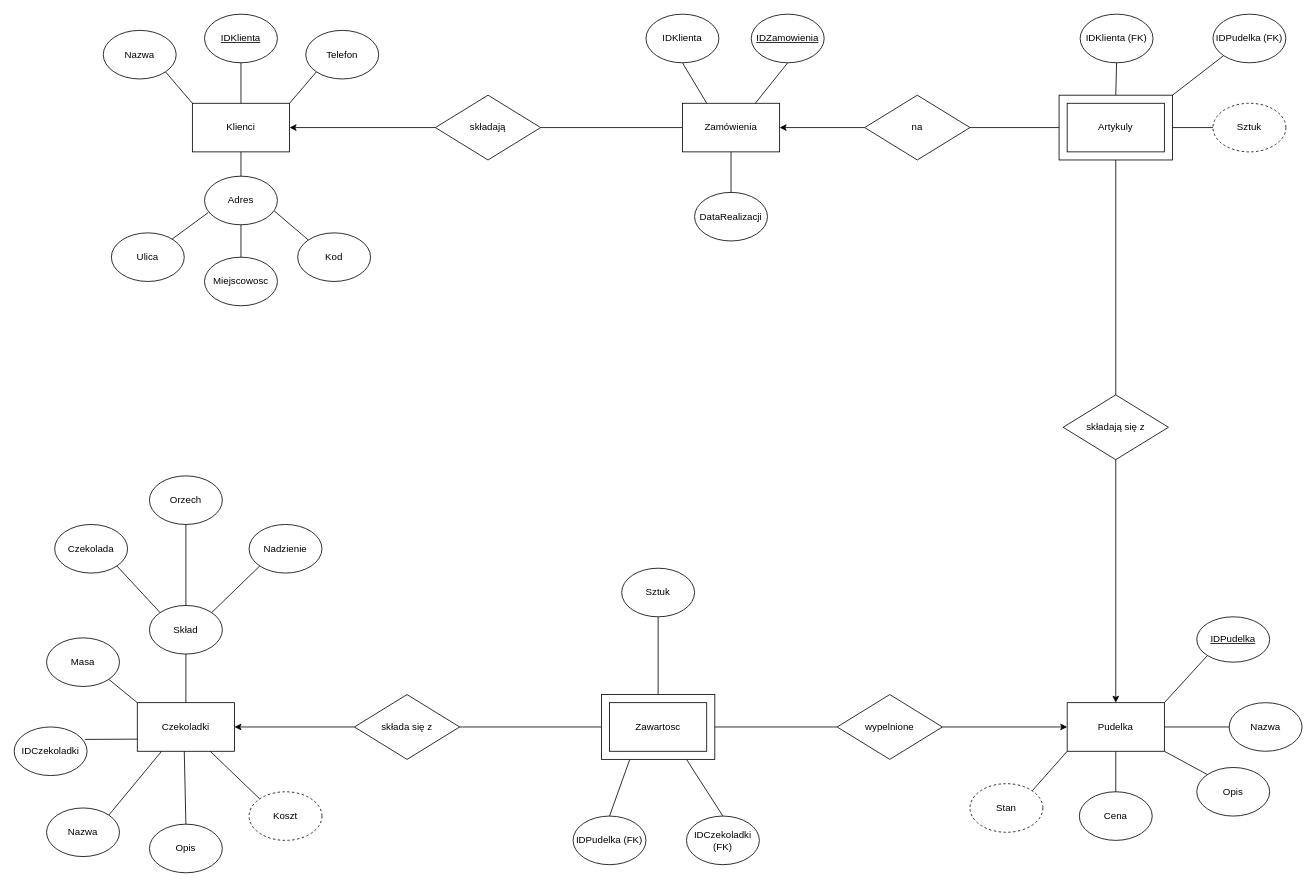
Earlier version of the draw.io diagram cw1_zad4.drawio (jniktw/bazydanychGIN). Source tidied: cells renumbered, new cells numbered last; positions are measured from the earlier drawing's top-left corner, leaving out a move shared by most shapes. Both pictures are drawn from the tidied source at 81%, with x=0, y=0 at pixel (14, 14).
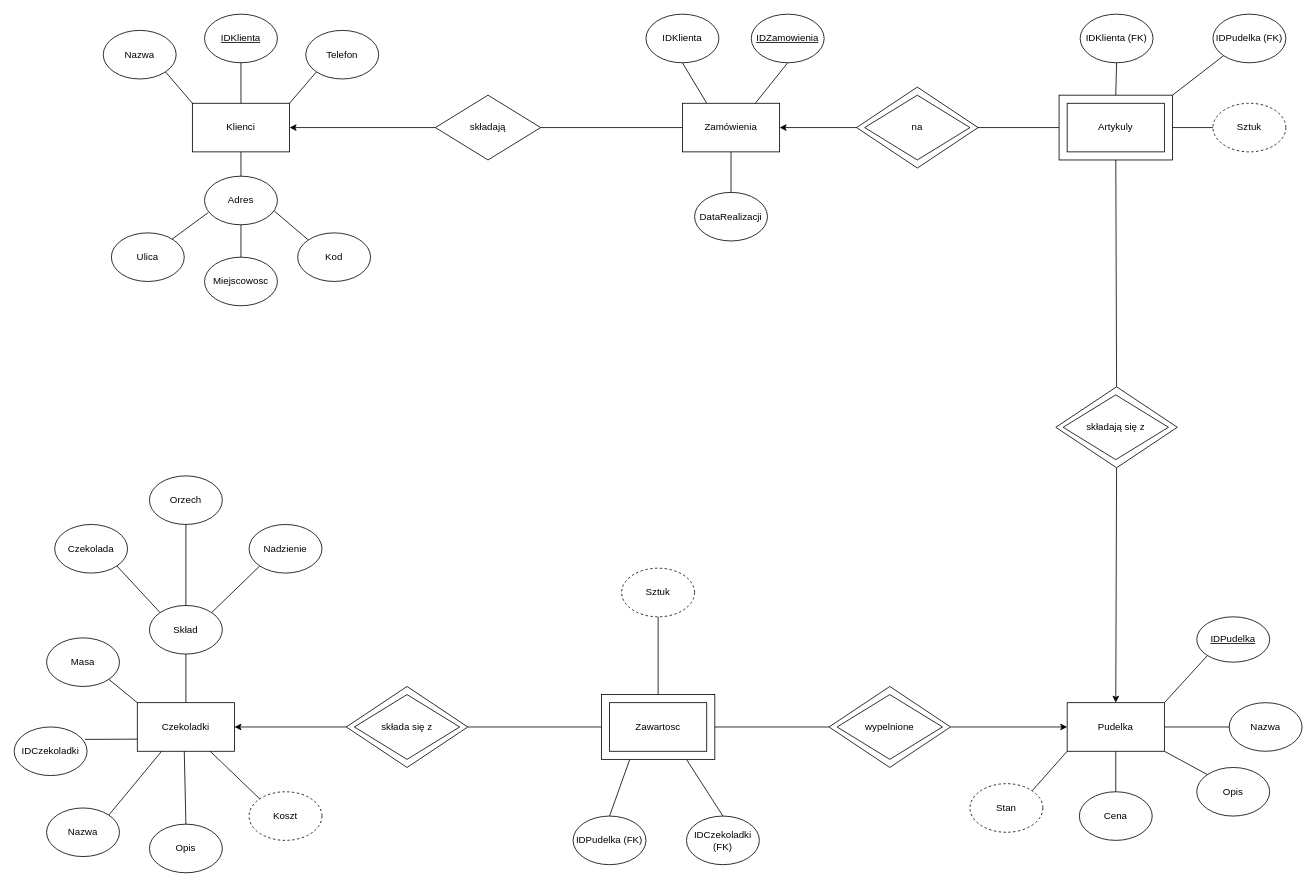
Above is the later version.

The change refers to these unchanged cells:
```xml
<mxCell id="51" value="Czekoladki" style="rounded=0;whiteSpace=wrap;html=1;" parent="1" vertex="1">
  <mxGeometry x="152" y="850" width="120" height="60" as="geometry" />
</mxCell>
<mxCell id="80" value="Pudelka" style="rounded=0;whiteSpace=wrap;html=1;" parent="1" vertex="1">
  <mxGeometry x="1300" y="850" width="120" height="60" as="geometry" />
</mxCell>
<mxCell id="81" value="Artykuly" style="rounded=0;whiteSpace=wrap;html=1;" parent="1" vertex="1">
  <mxGeometry x="1300" y="110" width="120" height="60" as="geometry" />
</mxCell>
<mxCell id="82" style="rounded=0;whiteSpace=wrap;html=1;" parent="1" vertex="1">
  <mxGeometry x="725" y="840" width="140" height="80" as="geometry" />
</mxCell>
```

Change to the diagram source:
```diff
@@
-    <mxCell id="15" value="składa się z" style="rhombus;whiteSpace=wrap;html=1;" parent="1" vertex="1">
-      <mxGeometry x="420" y="840" width="130" height="80" as="geometry" />
-    </mxCell>
-    <mxCell id="16" value="na" style="rhombus;whiteSpace=wrap;html=1;" parent="1" vertex="1">
-      <mxGeometry x="1050" y="100" width="130" height="80" as="geometry" />
-    </mxCell>
-    <mxCell id="17" value="wypelnione" style="rhombus;whiteSpace=wrap;html=1;" parent="1" vertex="1">
-      <mxGeometry x="1016" y="840" width="130" height="80" as="geometry" />
-    </mxCell>
@@
-    <mxCell id="32" value="składają się z" style="rhombus;whiteSpace=wrap;html=1;" parent="1" vertex="1">
-      <mxGeometry x="1295" y="470" width="130" height="80" as="geometry" />
-    </mxCell>
@@
-    <mxCell id="39" style="endArrow=none;html=1;rounded=0;entryX=0.5;entryY=1;entryDx=0;entryDy=0;exitX=0.5;exitY=0;exitDx=0;exitDy=0;" parent="1" edge="1" source="32" target="81">
+    <mxCell id="39" style="endArrow=none;html=1;rounded=0;entryX=0.5;entryY=1;entryDx=0;entryDy=0;exitX=0.5;exitY=0;exitDx=0;exitDy=0;" parent="1" edge="1" source="86" target="81">
       <mxGeometry relative="1" as="geometry" />
     </mxCell>
-    <mxCell id="40" style="endArrow=classic;html=1;rounded=0;entryX=0.5;entryY=0;entryDx=0;entryDy=0;exitX=0.5;exitY=1;exitDx=0;exitDy=0;" parent="1" edge="1" source="32" target="80">
+    <mxCell id="40" style="endArrow=classic;html=1;rounded=0;entryX=0.5;entryY=0;entryDx=0;entryDy=0;exitX=0.5;exitY=1;exitDx=0;exitDy=0;" parent="1" edge="1" source="86" target="80">
       <mxGeometry relative="1" as="geometry" />
     </mxCell>
@@
-    <mxCell id="52" style="endArrow=none;html=1;rounded=0;entryX=0;entryY=0.5;entryDx=0;entryDy=0;exitX=1;exitY=0.5;exitDx=0;exitDy=0;" parent="1" edge="1" source="82" target="17">
+    <mxCell id="52" style="endArrow=none;html=1;rounded=0;entryX=0;entryY=0.5;entryDx=0;entryDy=0;exitX=1;exitY=0.5;exitDx=0;exitDy=0;" parent="1" edge="1" source="82" target="87">
       <mxGeometry relative="1" as="geometry" />
     </mxCell>
-    <mxCell id="53" value="Sztuk" style="ellipse;whiteSpace=wrap;html=1;" parent="1" vertex="1">
+    <mxCell id="53" value="Sztuk" style="ellipse;whiteSpace=wrap;html=1;dashed=1;" parent="1" vertex="1">
       <mxGeometry x="750" y="684" width="90" height="60" as="geometry" />
     </mxCell>
@@
-    <mxCell id="59" style="endArrow=none;html=1;rounded=0;exitX=1;exitY=0.5;exitDx=0;exitDy=0;entryX=0;entryY=0.5;entryDx=0;entryDy=0;" parent="1" edge="1" source="15" target="82">
+    <mxCell id="59" style="endArrow=none;html=1;rounded=0;exitX=1;exitY=0.5;exitDx=0;exitDy=0;entryX=0;entryY=0.5;entryDx=0;entryDy=0;" parent="1" edge="1" source="85" target="82">
       <mxGeometry relative="1" as="geometry" />
     </mxCell>
-    <mxCell id="60" style="endArrow=classic;html=1;rounded=0;entryX=1;entryY=0.5;entryDx=0;entryDy=0;exitX=0;exitY=0.5;exitDx=0;exitDy=0;" parent="1" edge="1" source="15" target="51">
+    <mxCell id="60" style="endArrow=classic;html=1;rounded=0;entryX=1;entryY=0.5;entryDx=0;entryDy=0;exitX=0;exitY=0.5;exitDx=0;exitDy=0;" parent="1" edge="1" source="85" target="51">
       <mxGeometry relative="1" as="geometry" />
     </mxCell>
@@
-    <mxCell id="84" style="endArrow=classic;html=1;rounded=0;entryX=0;entryY=0.5;entryDx=0;entryDy=0;exitX=1;exitY=0.5;exitDx=0;exitDy=0;" parent="1" edge="1" source="17" target="80">
+    <mxCell id="84" style="endArrow=classic;html=1;rounded=0;entryX=0;entryY=0.5;entryDx=0;entryDy=0;exitX=1;exitY=0.5;exitDx=0;exitDy=0;" parent="1" edge="1" source="87" target="80">
       <mxGeometry relative="1" as="geometry" />
     </mxCell>
+    <mxCell id="85" style="rhombus;whiteSpace=wrap;html=1;" parent="1" vertex="1">
+      <mxGeometry x="410" y="830" width="150" height="100" as="geometry" />
+    </mxCell>
+    <mxCell id="86" style="rhombus;whiteSpace=wrap;html=1;" parent="1" vertex="1">
+      <mxGeometry x="1286" y="460" width="150" height="100" as="geometry" />
+    </mxCell>
+    <mxCell id="87" style="rhombus;whiteSpace=wrap;html=1;" parent="1" vertex="1">
+      <mxGeometry x="1006" y="830" width="150" height="100" as="geometry" />
+    </mxCell>
+    <mxCell id="88" style="rhombus;whiteSpace=wrap;html=1;" parent="1" vertex="1">
+      <mxGeometry x="1040" y="90" width="150" height="100" as="geometry" />
+    </mxCell>
+    <mxCell id="15" value="składa się z" style="rhombus;whiteSpace=wrap;html=1;" parent="1" vertex="1">
+      <mxGeometry x="420" y="840" width="130" height="80" as="geometry" />
+    </mxCell>
+    <mxCell id="17" value="wypelnione" style="rhombus;whiteSpace=wrap;html=1;" parent="1" vertex="1">
+      <mxGeometry x="1016" y="840" width="130" height="80" as="geometry" />
+    </mxCell>
+    <mxCell id="32" value="składają się z" style="rhombus;whiteSpace=wrap;html=1;" parent="1" vertex="1">
+      <mxGeometry x="1295" y="470" width="130" height="80" as="geometry" />
+    </mxCell>
+    <mxCell id="16" value="na" style="rhombus;whiteSpace=wrap;html=1;" parent="1" vertex="1">
+      <mxGeometry x="1050" y="100" width="130" height="80" as="geometry" />
+    </mxCell>
```
